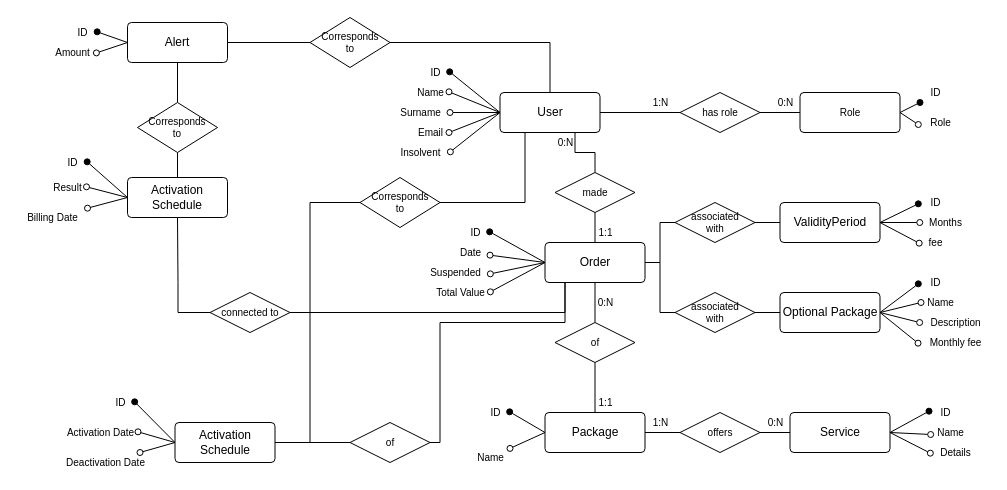
RaffaelloFornasiere/DB2Project keeps this draw.io diagram as docs/diagrams/ER.drawio. Above is the earlier version. Source tidied: cells renumbered, new cells numbered last; positions are measured from the earlier drawing's top-left corner, leaving out a move shared by most shapes. Both pictures are drawn from the tidied source at 100%, with x=0, y=0 at pixel (17, 17).
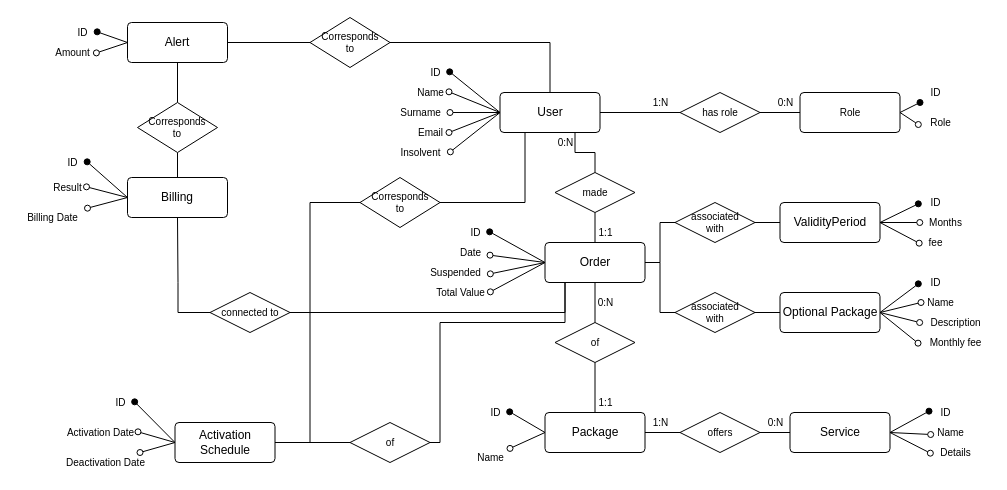
The same page after the edit.

Diff of the diagram source:
```diff
@@
-    <mxCell id="111" value="Activation Schedule" style="rounded=1;arcSize=10;whiteSpace=wrap;html=1;align=center;" parent="1" vertex="1">
+    <mxCell id="111" value="Billing" style="rounded=1;arcSize=10;whiteSpace=wrap;html=1;align=center;" parent="1" vertex="1">
       <mxGeometry x="110" y="160" width="100" height="40" as="geometry" />
     </mxCell>
```
